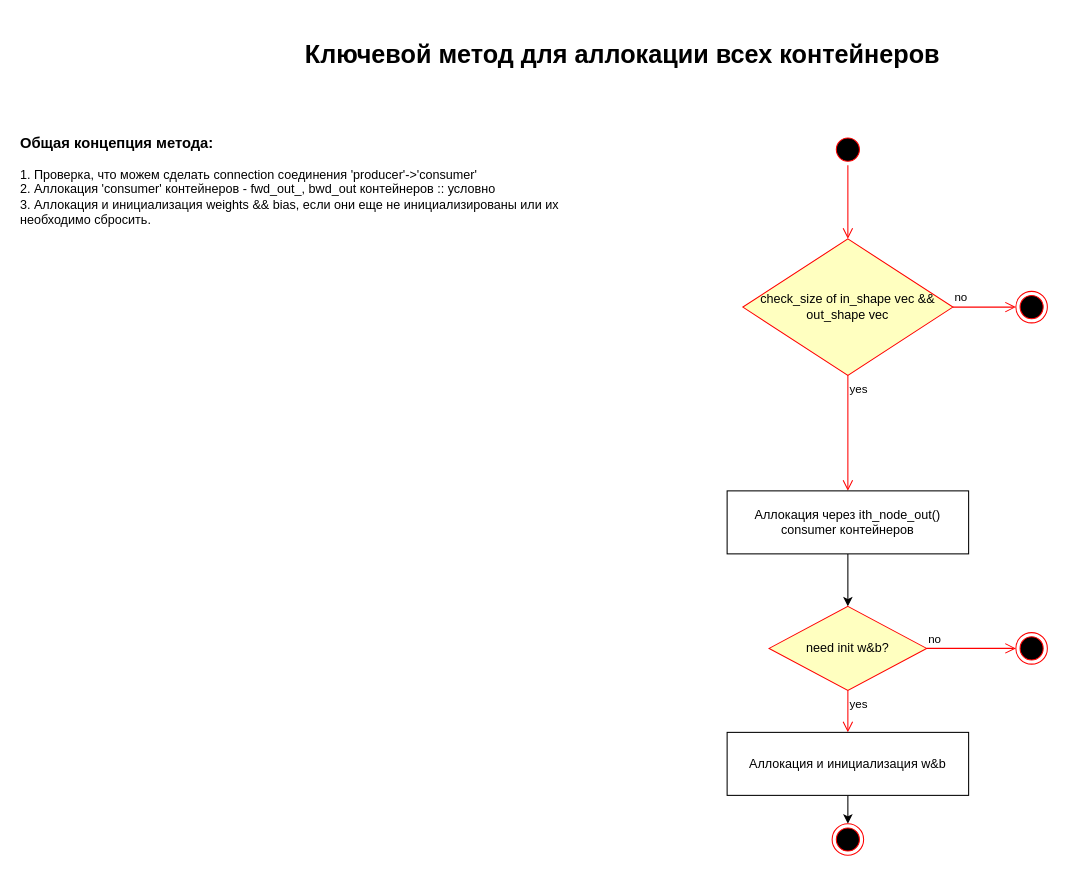
xsdnn/xsdnn keeps this draw.io diagram as page "layer::setup" (9 of 9) of logic.drawio. Above is the earlier version. Source tidied: cells renumbered, new cells numbered last; positions are measured from the earlier drawing's top-left corner, leaving out a move shared by most shapes. Both pictures are drawn from the tidied source at 105%, with x=0, y=0 at pixel (18, 18).
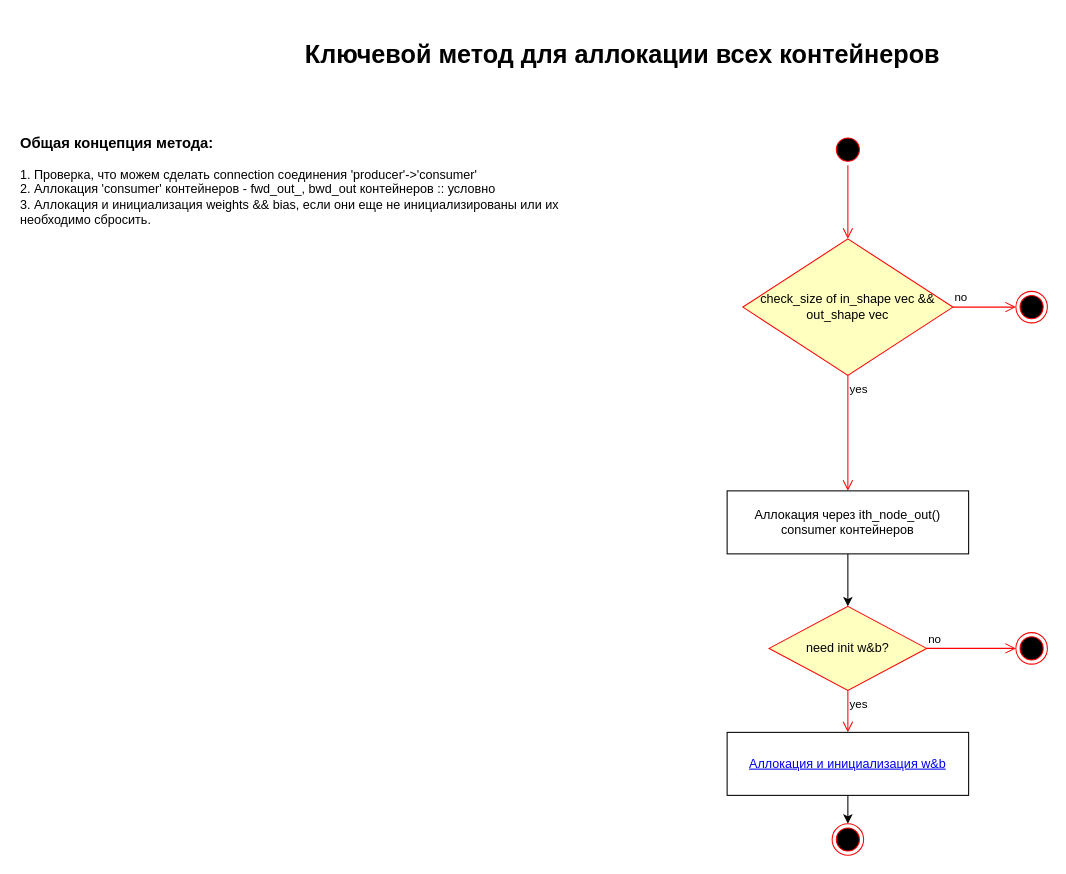
Above is the later version.

Diff of the diagram source:
```diff
@@
-    <mxCell id="17" value="Аллокация и инициализация w&amp;amp;b" style="rounded=0;whiteSpace=wrap;html=1;" parent="1" vertex="1">
+    <mxCell id="17" value="&lt;a href=&quot;data:page/id,imFPhnd7Cz6RNdqDAHEO&quot;&gt;Аллокация и инициализация w&amp;amp;b&lt;/a&gt;" style="rounded=0;whiteSpace=wrap;html=1;" parent="1" vertex="1">
       <mxGeometry x="675" y="680" width="230" height="60" as="geometry" />
     </mxCell>
```
